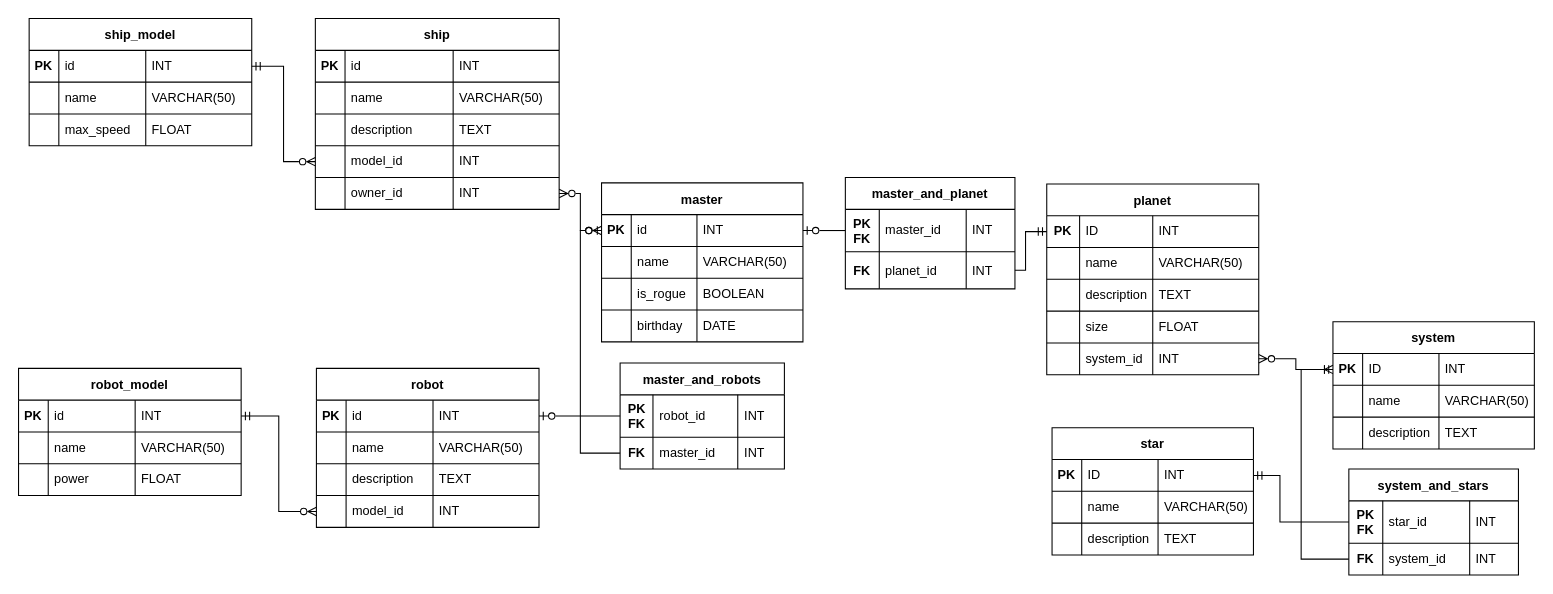
This is lab3/datalogical model.drawio from AskarKasimov/DB-labs, a draw.io file, before an edit. Source tidied: cells renumbered, new cells numbered last; positions are measured from the earlier drawing's top-left corner, leaving out a move shared by most shapes. Both pictures are drawn from the tidied source at 106%, with x=0, y=0 at pixel (18, 18).
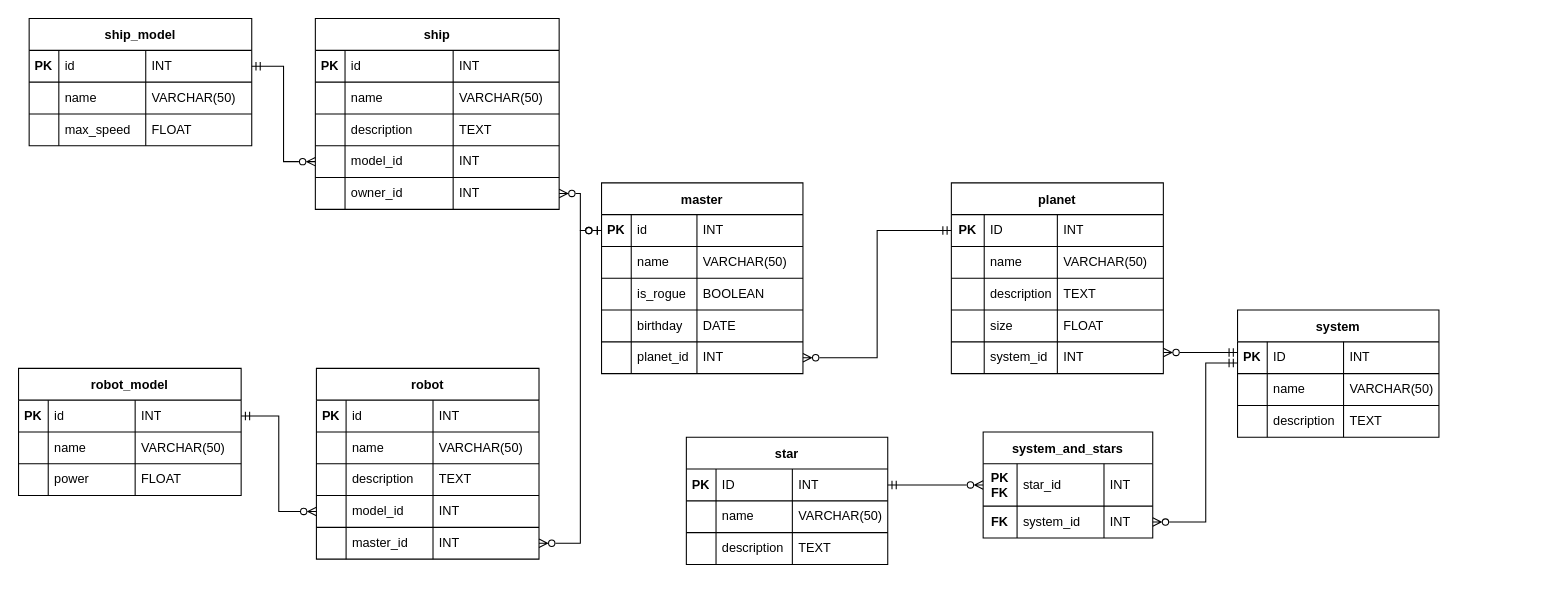
The same diagram, later.

Unchanged cells that the change refers to:
```xml
<mxCell id="24" style="shape=tableRow;horizontal=0;startSize=0;swimlaneHead=0;swimlaneBody=0;strokeColor=inherit;top=0;left=0;bottom=0;right=0;fillColor=none;points=[[0,0.5],[1,0.5]];portConstraint=eastwest;fontSize=16;" parent="23" vertex="1">
  <mxGeometry y="30" width="210" height="30" as="geometry" />
</mxCell>
<mxCell id="41" style="shape=tableRow;horizontal=0;startSize=0;swimlaneHead=0;swimlaneBody=0;strokeColor=inherit;top=0;left=0;bottom=0;right=0;fillColor=none;points=[[0,0.5],[1,0.5]];portConstraint=eastwest;fontSize=16;" parent="40" vertex="1">
  <mxGeometry y="30" width="190" height="30" as="geometry" />
</mxCell>
<mxCell id="58" style="shape=tableRow;horizontal=0;startSize=0;swimlaneHead=0;swimlaneBody=0;strokeColor=inherit;top=0;left=0;bottom=0;right=0;fillColor=none;points=[[0,0.5],[1,0.5]];portConstraint=eastwest;fontSize=16;" parent="57" vertex="1">
  <mxGeometry y="30" width="190" height="30" as="geometry" />
</mxCell>
<mxCell id="71" style="shape=tableRow;horizontal=0;startSize=0;swimlaneHead=0;swimlaneBody=0;strokeColor=inherit;top=0;left=0;bottom=0;right=0;fillColor=none;points=[[0,0.5],[1,0.5]];portConstraint=eastwest;fontSize=16;" parent="70" vertex="1">
  <mxGeometry y="30" width="200" height="30" as="geometry" />
</mxCell>
<mxCell id="87" style="shape=tableRow;horizontal=0;startSize=0;swimlaneHead=0;swimlaneBody=0;strokeColor=inherit;top=0;left=0;bottom=0;right=0;fillColor=none;points=[[0,0.5],[1,0.5]];portConstraint=eastwest;fontSize=16;" parent="70" vertex="1">
  <mxGeometry y="150" width="200" height="30" as="geometry" />
</mxCell>
<mxCell id="92" style="shape=tableRow;horizontal=0;startSize=0;swimlaneHead=0;swimlaneBody=0;strokeColor=inherit;top=0;left=0;bottom=0;right=0;fillColor=none;points=[[0,0.5],[1,0.5]];portConstraint=eastwest;fontSize=16;" parent="91" vertex="1">
  <mxGeometry y="30" width="190" height="30" as="geometry" />
</mxCell>
<mxCell id="123" style="shape=tableRow;horizontal=0;startSize=0;swimlaneHead=0;swimlaneBody=0;strokeColor=inherit;top=0;left=0;bottom=0;right=0;fillColor=none;points=[[0,0.5],[1,0.5]];portConstraint=eastwest;fontSize=16;" parent="122" vertex="1">
  <mxGeometry y="30" width="160" height="40" as="geometry" />
</mxCell>
<mxCell id="127" style="shape=tableRow;horizontal=0;startSize=0;swimlaneHead=0;swimlaneBody=0;strokeColor=inherit;top=0;left=0;bottom=0;right=0;fillColor=none;points=[[0,0.5],[1,0.5]];portConstraint=eastwest;fontSize=16;" parent="122" vertex="1">
  <mxGeometry y="70" width="160" height="30" as="geometry" />
</mxCell>
```

Change to the diagram source:
```diff
@@
     <mxCell id="23" value="robot" style="shape=table;startSize=30;childLayout=tableLayout;strokeColor=default;fontSize=12;fontStyle=1;" parent="1" vertex="1">
-      <mxGeometry x="281" y="330" width="210" height="150" as="geometry" />
+      <mxGeometry x="281" y="330" width="210" height="180" as="geometry" />
     </mxCell>
@@
+    <mxCell id="167" style="shape=tableRow;horizontal=0;startSize=0;swimlaneHead=0;swimlaneBody=0;strokeColor=inherit;top=0;left=0;bottom=0;right=0;fillColor=none;points=[[0,0.5],[1,0.5]];portConstraint=eastwest;fontSize=16;" parent="23" vertex="1">
+      <mxGeometry y="150" width="210" height="30" as="geometry" />
+    </mxCell>
+    <mxCell id="168" style="shape=partialRectangle;html=1;whiteSpace=wrap;strokeColor=inherit;overflow=hidden;fillColor=none;top=0;left=0;bottom=0;right=0;fontSize=12;align=left;spacing=6;" parent="167" vertex="1">
+      <mxGeometry width="28" height="30" as="geometry" />
+    </mxCell>
+    <mxCell id="111" value="master_id" style="shape=partialRectangle;html=1;whiteSpace=wrap;strokeColor=inherit;overflow=hidden;fillColor=none;top=0;left=0;bottom=0;right=0;fontSize=12;align=left;spacing=6;" parent="167" vertex="1">
+      <mxGeometry x="28" width="82" height="30" as="geometry" />
+    </mxCell>
+    <mxCell id="169" value="INT" style="shape=partialRectangle;html=1;whiteSpace=wrap;strokeColor=inherit;overflow=hidden;fillColor=none;top=0;left=0;bottom=0;right=0;fontSize=12;align=left;spacing=6;" parent="167" vertex="1">
+      <mxGeometry x="110" width="100" height="30" as="geometry" />
+    </mxCell>
     <mxCell id="40" value="master" style="shape=table;startSize=30;childLayout=tableLayout;strokeColor=default;fontSize=12;fontStyle=1;" parent="1" vertex="1">
-      <mxGeometry x="550" y="155" width="190" height="150" as="geometry" />
+      <mxGeometry x="550" y="155" width="190" height="180" as="geometry" />
     </mxCell>
@@
+    <mxCell id="170" style="shape=tableRow;horizontal=0;startSize=0;swimlaneHead=0;swimlaneBody=0;strokeColor=inherit;top=0;left=0;bottom=0;right=0;fillColor=none;points=[[0,0.5],[1,0.5]];portConstraint=eastwest;fontSize=16;" parent="40" vertex="1">
+      <mxGeometry y="150" width="190" height="30" as="geometry" />
+    </mxCell>
+    <mxCell id="171" style="shape=partialRectangle;html=1;whiteSpace=wrap;strokeColor=inherit;overflow=hidden;fillColor=none;top=0;left=0;bottom=0;right=0;fontSize=12;align=left;spacing=6;" parent="170" vertex="1">
+      <mxGeometry width="28" height="30" as="geometry" />
+    </mxCell>
+    <mxCell id="120" value="planet_id" style="shape=partialRectangle;html=1;whiteSpace=wrap;strokeColor=inherit;overflow=hidden;fillColor=none;top=0;left=0;bottom=0;right=0;fontSize=12;align=left;spacing=6;" parent="170" vertex="1">
+      <mxGeometry x="28" width="62" height="30" as="geometry" />
+    </mxCell>
+    <mxCell id="172" value="INT" style="shape=partialRectangle;html=1;whiteSpace=wrap;strokeColor=inherit;overflow=hidden;fillColor=none;top=0;left=0;bottom=0;right=0;fontSize=12;align=left;spacing=6;" parent="170" vertex="1">
+      <mxGeometry x="90" width="100" height="30" as="geometry" />
+    </mxCell>
     <mxCell id="57" value="system" style="shape=table;startSize=30;childLayout=tableLayout;strokeColor=default;fontSize=12;fontStyle=1;" parent="1" vertex="1">
-      <mxGeometry x="1240" y="286" width="190" height="120" as="geometry" />
+      <mxGeometry x="1150" y="275" width="190" height="120" as="geometry" />
     </mxCell>
@@
     <mxCell id="70" value="planet" style="shape=table;startSize=30;childLayout=tableLayout;strokeColor=default;fontSize=12;fontStyle=1;" parent="1" vertex="1">
-      <mxGeometry x="970" y="156" width="200" height="180" as="geometry" />
+      <mxGeometry x="880" y="155" width="200" height="180" as="geometry" />
     </mxCell>
@@
     <mxCell id="91" value="star" style="shape=table;startSize=30;childLayout=tableLayout;strokeColor=default;fontSize=12;fontStyle=1;" parent="1" vertex="1">
-      <mxGeometry x="975" y="386" width="190" height="120" as="geometry" />
+      <mxGeometry x="630" y="395" width="190" height="120" as="geometry" />
     </mxCell>
@@
-    <mxCell id="104" value="master_and_robots" style="shape=table;startSize=30;childLayout=tableLayout;strokeColor=default;fontSize=12;fontStyle=1;" parent="1" vertex="1">
-      <mxGeometry x="567.5" y="325" width="155" height="100" as="geometry" />
-    </mxCell>
-    <mxCell id="105" style="shape=tableRow;horizontal=0;startSize=0;swimlaneHead=0;swimlaneBody=0;strokeColor=inherit;top=0;left=0;bottom=0;right=0;fillColor=none;points=[[0,0.5],[1,0.5]];portConstraint=eastwest;fontSize=16;" parent="104" vertex="1">
-      <mxGeometry y="30" width="155" height="40" as="geometry" />
-    </mxCell>
-    <mxCell id="106" value="&lt;font&gt;&lt;span&gt;PK FK&lt;/span&gt;&lt;/font&gt;" style="shape=partialRectangle;html=1;whiteSpace=wrap;strokeColor=inherit;overflow=hidden;fillColor=none;top=0;left=0;bottom=0;right=0;fontSize=12;align=center;spacing=6;fontStyle=1;" parent="105" vertex="1">
-      <mxGeometry width="31" height="40" as="geometry" />
-    </mxCell>
-    <mxCell id="107" value="robot_id" style="shape=partialRectangle;html=1;whiteSpace=wrap;strokeColor=inherit;overflow=hidden;fillColor=none;top=0;left=0;bottom=0;right=0;fontSize=12;align=left;spacingTop=0;spacing=6;" parent="105" vertex="1">
-      <mxGeometry x="31" width="80" height="40" as="geometry" />
-    </mxCell>
-    <mxCell id="108" value="INT" style="shape=partialRectangle;html=1;whiteSpace=wrap;strokeColor=inherit;overflow=hidden;fillColor=none;top=0;left=0;bottom=0;right=0;fontSize=12;align=left;spacing=6;" parent="105" vertex="1">
-      <mxGeometry x="111" width="44" height="40" as="geometry" />
-    </mxCell>
-    <mxCell id="109" style="shape=tableRow;horizontal=0;startSize=0;swimlaneHead=0;swimlaneBody=0;strokeColor=inherit;top=0;left=0;bottom=0;right=0;fillColor=none;points=[[0,0.5],[1,0.5]];portConstraint=eastwest;fontSize=16;" parent="104" vertex="1">
-      <mxGeometry y="70" width="155" height="30" as="geometry" />
-    </mxCell>
-    <mxCell id="110" value="FK" style="shape=partialRectangle;html=1;whiteSpace=wrap;strokeColor=inherit;overflow=hidden;fillColor=none;top=0;left=0;bottom=0;right=0;fontSize=12;align=center;spacing=6;fontStyle=1;" parent="109" vertex="1">
-      <mxGeometry width="31" height="30" as="geometry" />
-    </mxCell>
-    <mxCell id="111" value="master_id" style="shape=partialRectangle;html=1;whiteSpace=wrap;strokeColor=inherit;overflow=hidden;fillColor=none;top=0;left=0;bottom=0;right=0;fontSize=12;align=left;spacing=6;" parent="109" vertex="1">
-      <mxGeometry x="31" width="80" height="30" as="geometry" />
-    </mxCell>
-    <mxCell id="112" value="INT" style="shape=partialRectangle;html=1;whiteSpace=wrap;strokeColor=inherit;overflow=hidden;fillColor=none;top=0;left=0;bottom=0;right=0;fontSize=12;align=left;spacing=6;" parent="109" vertex="1">
-      <mxGeometry x="111" width="44" height="30" as="geometry" />
-    </mxCell>
-    <mxCell id="113" value="master_and_planet" style="shape=table;startSize=30;childLayout=tableLayout;strokeColor=default;fontSize=12;fontStyle=1;" parent="1" vertex="1">
-      <mxGeometry x="780" y="150" width="160" height="105" as="geometry" />
-    </mxCell>
-    <mxCell id="114" style="shape=tableRow;horizontal=0;startSize=0;swimlaneHead=0;swimlaneBody=0;strokeColor=inherit;top=0;left=0;bottom=0;right=0;fillColor=none;points=[[0,0.5],[1,0.5]];portConstraint=eastwest;fontSize=16;" parent="113" vertex="1">
-      <mxGeometry y="30" width="160" height="40" as="geometry" />
-    </mxCell>
-    <mxCell id="115" value="&lt;font&gt;&lt;span&gt;PK FK&lt;/span&gt;&lt;/font&gt;" style="shape=partialRectangle;html=1;whiteSpace=wrap;strokeColor=inherit;overflow=hidden;fillColor=none;top=0;left=0;bottom=0;right=0;fontSize=12;align=center;spacing=6;fontStyle=1;" parent="114" vertex="1">
-      <mxGeometry width="32" height="40" as="geometry" />
-    </mxCell>
-    <mxCell id="116" value="master_id" style="shape=partialRectangle;html=1;whiteSpace=wrap;strokeColor=inherit;overflow=hidden;fillColor=none;top=0;left=0;bottom=0;right=0;fontSize=12;align=left;spacingTop=0;spacing=6;" parent="114" vertex="1">
-      <mxGeometry x="32" width="82" height="40" as="geometry" />
-    </mxCell>
-    <mxCell id="117" value="INT" style="shape=partialRectangle;html=1;whiteSpace=wrap;strokeColor=inherit;overflow=hidden;fillColor=none;top=0;left=0;bottom=0;right=0;fontSize=12;align=left;spacing=6;" parent="114" vertex="1">
-      <mxGeometry x="114" width="46" height="40" as="geometry" />
-    </mxCell>
-    <mxCell id="118" style="shape=tableRow;horizontal=0;startSize=0;swimlaneHead=0;swimlaneBody=0;strokeColor=inherit;top=0;left=0;bottom=0;right=0;fillColor=none;points=[[0,0.5],[1,0.5]];portConstraint=eastwest;fontSize=16;" parent="113" vertex="1">
-      <mxGeometry y="70" width="160" height="35" as="geometry" />
-    </mxCell>
-    <mxCell id="119" value="FK" style="shape=partialRectangle;html=1;whiteSpace=wrap;strokeColor=inherit;overflow=hidden;fillColor=none;top=0;left=0;bottom=0;right=0;fontSize=12;align=center;spacing=6;fontStyle=1;" parent="118" vertex="1">
-      <mxGeometry width="32" height="35" as="geometry" />
-    </mxCell>
-    <mxCell id="120" value="planet_id" style="shape=partialRectangle;html=1;whiteSpace=wrap;strokeColor=inherit;overflow=hidden;fillColor=none;top=0;left=0;bottom=0;right=0;fontSize=12;align=left;spacing=6;" parent="118" vertex="1">
-      <mxGeometry x="32" width="82" height="35" as="geometry" />
-    </mxCell>
-    <mxCell id="121" value="INT" style="shape=partialRectangle;html=1;whiteSpace=wrap;strokeColor=inherit;overflow=hidden;fillColor=none;top=0;left=0;bottom=0;right=0;fontSize=12;align=left;spacing=6;" parent="118" vertex="1">
-      <mxGeometry x="114" width="46" height="35" as="geometry" />
-    </mxCell>
     <mxCell id="122" value="system_and_stars" style="shape=table;startSize=30;childLayout=tableLayout;strokeColor=default;fontSize=12;fontStyle=1;" parent="1" vertex="1">
-      <mxGeometry x="1255" y="425" width="160" height="100" as="geometry" />
+      <mxGeometry x="910" y="390" width="160" height="100" as="geometry" />
     </mxCell>
@@
-    <mxCell id="131" style="edgeStyle=orthogonalEdgeStyle;rounded=0;jettySize=auto;html=1;entryX=1;entryY=0.5;entryDx=0;entryDy=0;endArrow=ERzeroToOne;endFill=0;" parent="1" edge="1" source="105" target="24">
-      <mxGeometry relative="1" as="geometry" />
-    </mxCell>
-    <mxCell id="132" style="edgeStyle=orthogonalEdgeStyle;rounded=0;jettySize=auto;html=1;entryX=0;entryY=0.5;entryDx=0;entryDy=0;endArrow=ERzeroToMany;endFill=0;" parent="1" edge="1" source="109" target="41">
-      <mxGeometry relative="1" as="geometry" />
-    </mxCell>
-    <mxCell id="133" style="edgeStyle=orthogonalEdgeStyle;rounded=0;jettySize=auto;html=1;entryX=1;entryY=0.5;entryDx=0;entryDy=0;endArrow=ERzeroToOne;endFill=0;" parent="1" edge="1" source="114" target="41">
-      <mxGeometry relative="1" as="geometry" />
-    </mxCell>
-    <mxCell id="134" style="edgeStyle=orthogonalEdgeStyle;rounded=0;jettySize=auto;html=1;entryX=0;entryY=0.5;entryDx=0;entryDy=0;endArrow=ERmandOne;endFill=0;" parent="1" edge="1" source="118" target="71">
-      <mxGeometry relative="1" as="geometry">
-        <Array as="points">
-          <mxPoint x="950" y="237" />
-          <mxPoint x="950" y="201" />
-        </Array>
-      </mxGeometry>
-    </mxCell>
-    <mxCell id="135" style="edgeStyle=orthogonalEdgeStyle;rounded=0;jettySize=auto;html=1;entryX=1;entryY=0.5;entryDx=0;entryDy=0;endArrow=ERmandOne;endFill=0;" parent="1" edge="1" source="123" target="92">
+    <mxCell id="135" style="edgeStyle=orthogonalEdgeStyle;rounded=0;jettySize=auto;html=1;entryX=1;entryY=0.5;entryDx=0;entryDy=0;endArrow=ERmandOne;endFill=0;startArrow=ERzeroToMany;startFill=0;" parent="1" edge="1" source="123" target="92">
       <mxGeometry relative="1" as="geometry">
         <Array as="points">
-          <mxPoint x="1190" y="475" />
-          <mxPoint x="1190" y="431" />
+          <mxPoint x="830" y="440" />
         </Array>
       </mxGeometry>
     </mxCell>
-    <mxCell id="136" style="edgeStyle=orthogonalEdgeStyle;rounded=0;jettySize=auto;html=1;entryX=0;entryY=0.5;entryDx=0;entryDy=0;endArrow=ERoneToMany;endFill=0;" parent="1" edge="1" source="127" target="58">
+    <mxCell id="136" style="edgeStyle=orthogonalEdgeStyle;rounded=0;jettySize=auto;html=1;endArrow=ERmandOne;endFill=0;startArrow=ERzeroToMany;startFill=0;" parent="1" edge="1" source="127">
       <mxGeometry relative="1" as="geometry">
+        <mxPoint x="1150" y="325" as="targetPoint" />
         <Array as="points">
-          <mxPoint x="1210" y="510" />
-          <mxPoint x="1210" y="331" />
+          <mxPoint x="1120" y="475" />
+          <mxPoint x="1120" y="325" />
+          <mxPoint x="1150" y="325" />
         </Array>
       </mxGeometry>
     </mxCell>
@@
     <mxCell id="138" style="edgeStyle=orthogonalEdgeStyle;rounded=0;jettySize=auto;html=1;endArrow=ERmandOne;endFill=0;startArrow=ERzeroToMany;startFill=0;" parent="1" edge="1" source="87" target="58">
-      <mxGeometry relative="1" as="geometry" />
+      <mxGeometry relative="1" as="geometry">
+        <Array as="points">
+          <mxPoint x="1110" y="315" />
+          <mxPoint x="1110" y="315" />
+        </Array>
+      </mxGeometry>
     </mxCell>
@@
+    <mxCell id="173" style="edgeStyle=orthogonalEdgeStyle;rounded=0;jettySize=auto;html=1;entryX=0;entryY=0.5;entryDx=0;entryDy=0;endArrow=ERzeroToOne;endFill=0;startArrow=ERzeroToMany;startFill=0;" parent="1" edge="1" source="167" target="41">
+      <mxGeometry relative="1" as="geometry">
+        <Array as="points">
+          <mxPoint x="530" y="495" />
+          <mxPoint x="530" y="200" />
+        </Array>
+      </mxGeometry>
+    </mxCell>
+    <mxCell id="174" style="edgeStyle=orthogonalEdgeStyle;rounded=0;jettySize=auto;html=1;entryX=0;entryY=0.5;entryDx=0;entryDy=0;endArrow=ERmandOne;endFill=0;startArrow=ERzeroToMany;startFill=0;" parent="1" edge="1" source="170" target="71">
+      <mxGeometry relative="1" as="geometry" />
+    </mxCell>
```
